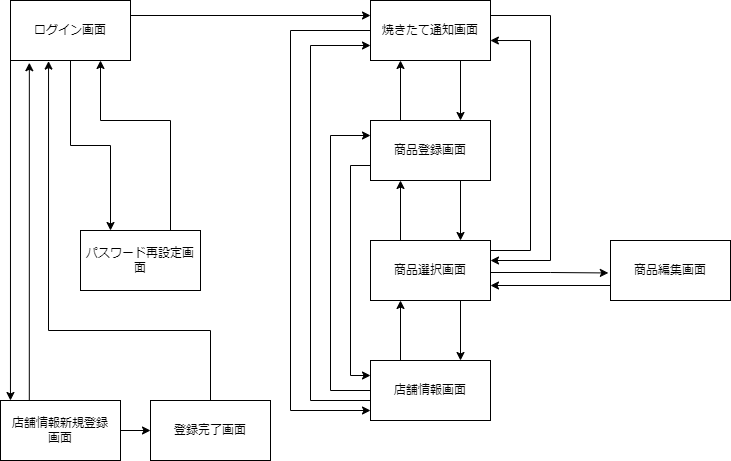
Earlier version of the draw.io export 画面遷移図/店舗側画面遷移図.png (Pyama1013/Sotsu.Gamen). Source tidied: cells renumbered, new cells last; positions are measured from the earlier drawing's top-left corner, leaving out a move shared by most shapes.
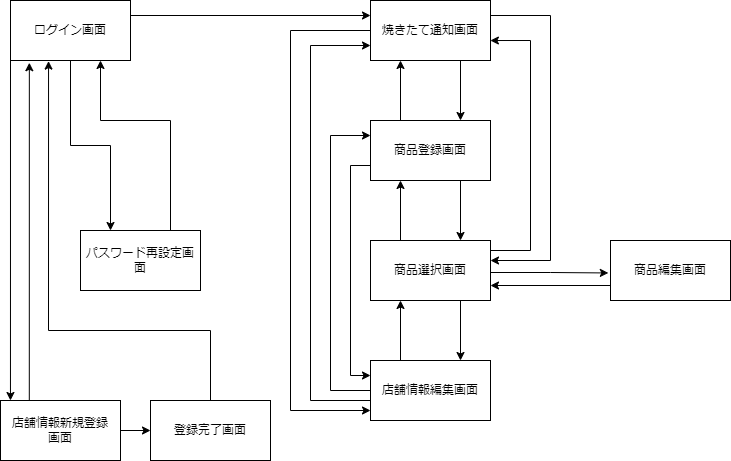
Later version of the same file.

Commit message:
店舗側画面遷移図.png を更新します

Change to the diagram source:
```diff
@@ -93,7 +93,7 @@
         </Array>
       </mxGeometry>
     </mxCell>
-    <mxCell id="19" value="店舗情報画面" style="rounded=0;whiteSpace=wrap;html=1;" parent="1" vertex="1">
+    <mxCell id="19" value="店舗情報編集画面" style="rounded=0;whiteSpace=wrap;html=1;" parent="1" vertex="1">
       <mxGeometry x="370" y="360" width="120" height="60" as="geometry" />
     </mxCell>
     <mxCell id="20" style="edgeStyle=orthogonalEdgeStyle;rounded=0;jettySize=auto;html=1;exitX=0;exitY=0.75;exitDx=0;exitDy=0;entryX=1;entryY=0.75;entryDx=0;entryDy=0;" parent="1" edge="1" source="21" target="15">
```
